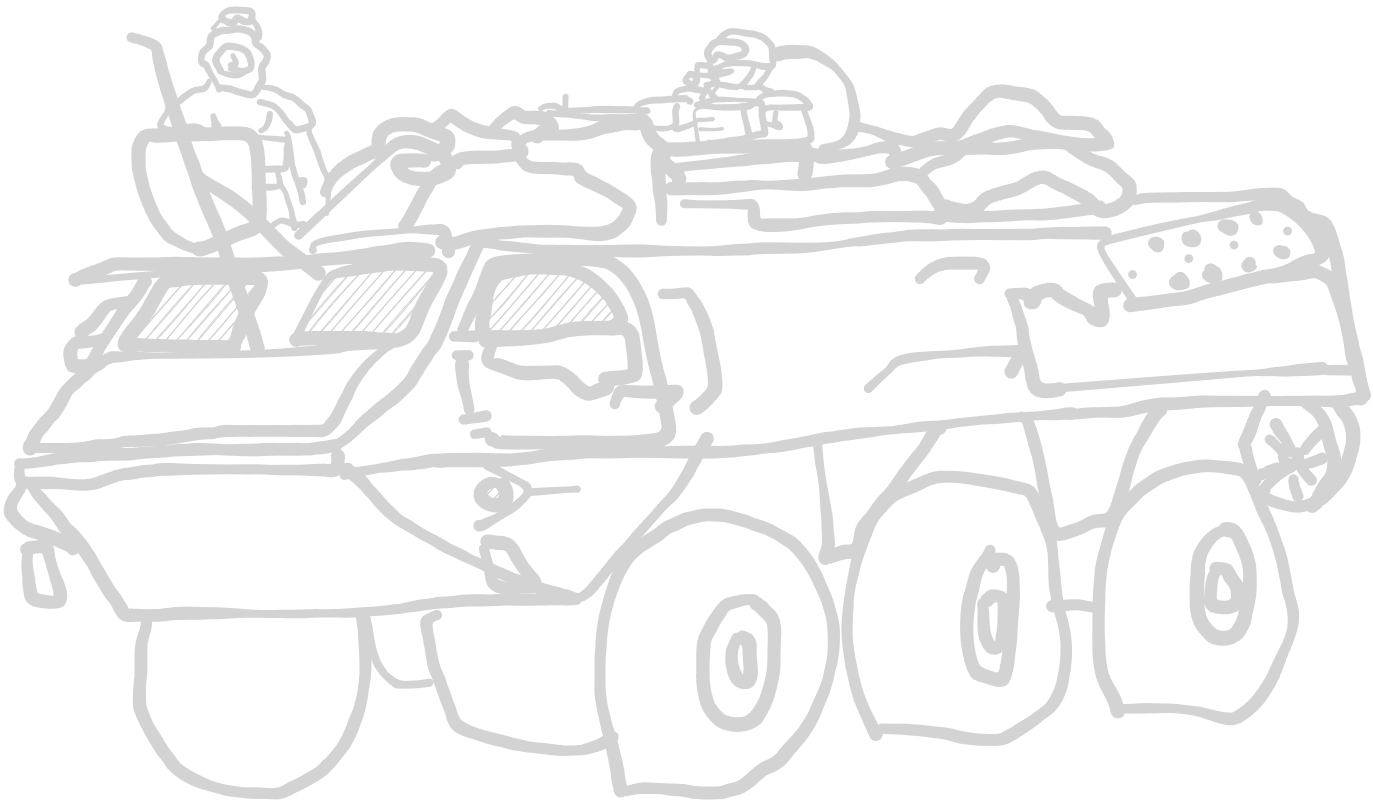
Above: factions/ressources/sisu-parsi.excalidraw.png in christsven/H.E.A.T (Excalidraw), before the change. Source tidied: one line per element, renumbered; positions are measured from the earlier drawing's top-left corner, leaving out a move shared by most shapes.
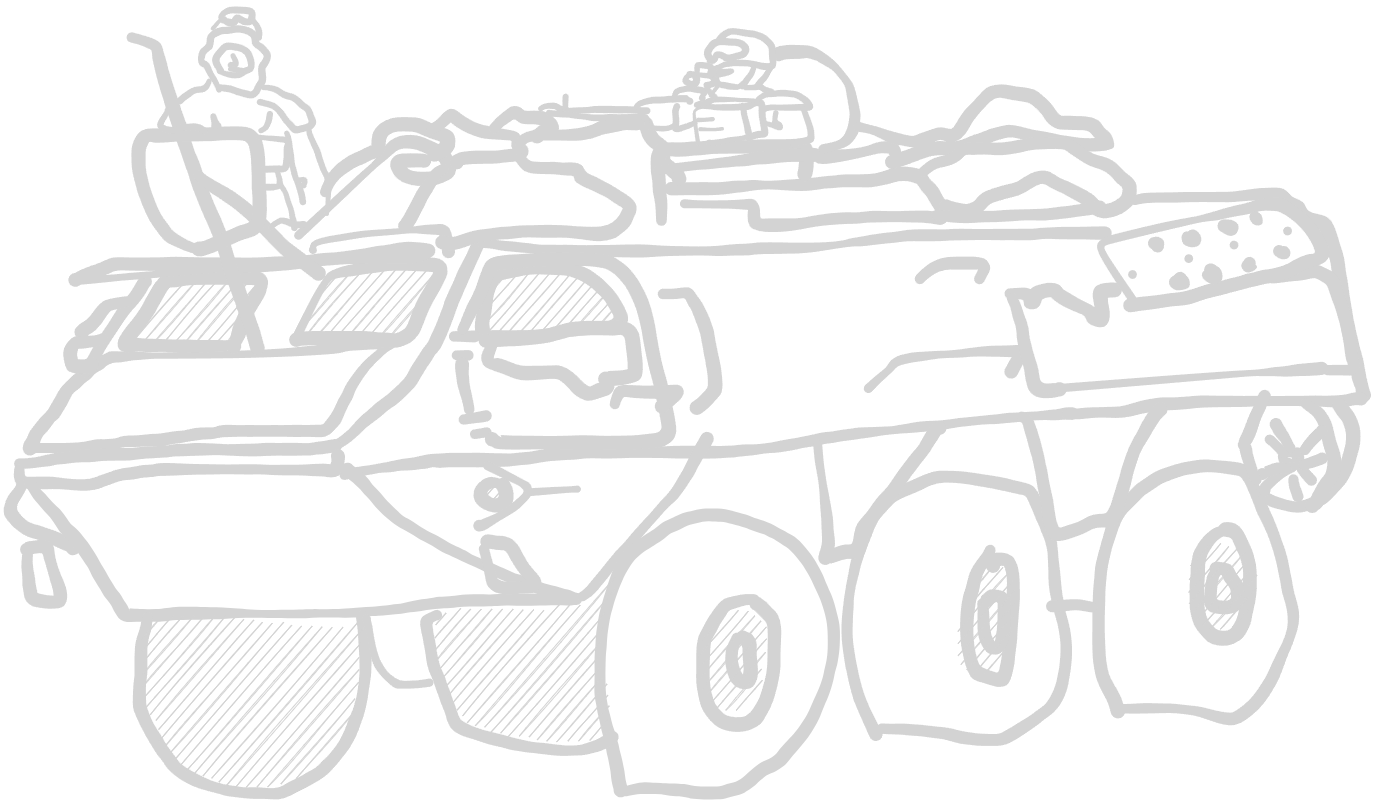
After the commit.

What changed in the source:
```diff
@@ -142,3 +142,10 @@
 {"id": 141, "type": "freedraw", "strokeColor": "#1e1e1e", "strokeWidth": 2, "roughness": 1, "x": 138, "y": 607, "width": 226, "height": 177, "points": [[0, 0], [-2, 14], [-7, 30], [-7, 48], [-8, 72], [-8, 86], [-3, 104], [6, 119], [13, 131], [26, 147], [42, 160], [75, 172], [100, 176], [123, 177], [136, 175], [154, 166], [171, 157], [189, 139], [200, 122], [207, 105], [216, 74], [218, 50], [218, 35], [217, 20], [215, 2]]}
 {"id": 142, "type": "freedraw", "strokeColor": "#1e1e1e", "strokeWidth": 2, "roughness": 1, "x": 427, "y": 605, "width": 188, "height": 136, "points": [[0, 0], [-8, 2], [-12, 5], [-11, 14], [-8, 25], [-6, 39], [-4, 50], [0, 59], [5, 71], [9, 82], [14, 95], [17, 104], [18, 108], [21, 111], [34, 117], [47, 122], [55, 124], [65, 126], [77, 129], [95, 133], [108, 134], [122, 135], [142, 135], [149, 134], [159, 132], [165, 128], [168, 128], [174, 123]]}
 {"id": 143, "type": "freedraw", "strokeColor": "#1e1e1e", "strokeWidth": 2, "roughness": 1, "x": 419, "y": 673, "width": 63, "height": 66, "points": [[0, 0], [-4, 0], [-8, 1], [-14, 2], [-20, 2], [-26, 2], [-35, 2], [-38, 2], [-49, -12], [-50, -14], [-52, -18], [-56, -26], [-58, -36], [-59, -45], [-60, -52], [-61, -57], [-61, -59], [-62, -61], [-62, -62], [-62, -63], [-62, -64], [-63, -64], [-63, -64]]}
+{"id": 144, "type": "freedraw", "strokeColor": "transparent", "backgroundColor": "#1e1e1e", "fillStyle": "hachure", "strokeWidth": 2, "roughness": 1, "x": 146, "y": 609, "width": 217, "height": 172, "points": [[0, 0], [62, -4], [124, 0], [175, 3], [197, -1], [201, 23], [199, 47], [198, 78], [187, 104], [175, 128], [162, 146], [138, 159], [114, 168], [88, 168], [60, 160], [37, 152], [21, 145], [4, 127], [-3, 106], [-12, 82], [-14, 61], [-14, 40], [-15, 17], [-10, 8]]}
+{"id": 145, "type": "freedraw", "strokeColor": "transparent", "backgroundColor": "#1e1e1e", "fillStyle": "hachure", "strokeWidth": 2, "roughness": 1, "x": 430, "y": 598, "width": 181, "height": 167, "points": [[0, 0], [50, -2], [95, -1], [116, -5], [135, -6], [153, -15], [162, -29], [174, -26], [169, -7], [161, 20], [160, 47], [164, 74], [167, 97], [166, 116], [157, 128], [137, 133], [107, 132], [74, 124], [44, 120], [22, 109], [2, 84], [-2, 63], [-7, 42], [-6, 22], [-3, 4]]}
+{"id": 146, "type": "freedraw", "strokeColor": "transparent", "backgroundColor": "#1e1e1e", "fillStyle": "hachure", "strokeWidth": 2, "roughness": 1, "x": 733, "y": 593, "width": 26, "height": 64, "points": [[0, 0], [0, -1], [2, -3], [3, -6], [3, -7], [5, -9], [5, -10], [5, -12], [6, -15], [8, -16], [9, -19], [11, -21], [12, -24], [14, -25], [14, -27], [14, -28], [15, -31], [17, -33], [17, -36], [17, -39], [18, -42], [18, -43], [18, -45], [20, -46], [20, -48], [20, -49], [21, -51], [23, -52], [23, -54], [24, -55], [24, -57], [24, -58], [24, -60], [26, -60], [26, -61], [26, -63], [26, -64], [26, -64]]}
+{"id": 147, "type": "freedraw", "strokeColor": "transparent", "backgroundColor": "#1e1e1e", "fillStyle": "hachure", "strokeWidth": 2, "roughness": 1, "x": 726, "y": 596, "width": 69, "height": 102, "points": [[0, 0], [-12, 0], [-22, 9], [-30, 21], [-34, 31], [-37, 43], [-39, 55], [-39, 69], [-36, 78], [-32, 85], [-29, 91], [-24, 96], [-20, 100], [-12, 102], [-3, 102], [4, 102], [10, 96], [15, 92], [18, 86], [22, 75], [25, 65], [27, 56], [30, 42], [30, 33], [30, 26], [27, 17], [17, 9], [12, 5], [6, 3], [0, 3]]}
+{"id": 148, "type": "freedraw", "strokeColor": "transparent", "backgroundColor": "#1e1e1e", "fillStyle": "hachure", "strokeWidth": 2, "roughness": 1, "x": 977, "y": 556, "width": 56, "height": 110, "points": [[0, 0], [-6, 2], [-11, 8], [-15, 19], [-21, 32], [-26, 47], [-27, 58], [-30, 68], [-30, 79], [-30, 86], [-30, 92], [-28, 98], [-23, 101], [-19, 104], [-14, 106], [-5, 107], [2, 105], [7, 102], [11, 93], [19, 81], [23, 69], [25, 55], [25, 45], [26, 33], [26, 24], [24, 15], [21, 7], [15, 3], [9, -2], [6, -3]]}
+{"id": 149, "type": "freedraw", "strokeColor": "transparent", "backgroundColor": "#1e1e1e", "fillStyle": "hachure", "strokeWidth": 2, "roughness": 1, "x": 1235, "y": 535, "width": 57, "height": 92, "points": [[0, 0], [-11, -6], [-18, -9], [-26, -9], [-35, -8], [-45, -4], [-51, 4], [-54, 14], [-56, 28], [-56, 40], [-56, 47], [-53, 56], [-47, 64], [-40, 74], [-37, 83], [-23, 78], [-11, 72], [-5, 60], [1, 48], [1, 33], [1, 19], [-2, 12], [-5, 7], [-6, 1], [-11, -3]]}
+{"id": 150, "type": "freedraw", "strokeColor": "transparent", "backgroundColor": "#1e1e1e", "fillStyle": "hachure", "strokeWidth": 2, "roughness": 1, "x": 1222, "y": 541, "width": 68, "height": 87, "points": [[0, 0], [-2, -3], [-10, -6], [-25, -8], [-32, -8], [-37, 1], [-41, 11], [-44, 25], [-44, 37], [-44, 47], [-42, 59], [-36, 71], [-25, 79], [-10, 79], [5, 72], [15, 58], [23, 40], [24, 25], [22, 15], [20, 10], [17, 6], [14, 3], [10, 0], [7, -3], [1, -5]]}
```
